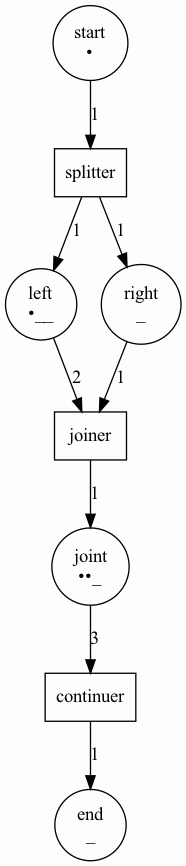
iandebeer/castanet keeps this Graphviz diagram as petrinet1.png. Above is the earlier version. Its source is kept beside it as petrinet1.dot. Its diagram source:
```dot
digraph G {
1 [label="start\n•\n" shape=circle]
2 [label="left\n•__\n" shape=circle]
3 [label="right\n_\n" shape=circle]
4 [label="joint\n••_\n" shape=circle]
5 [label="end\n_\n" shape=circle]
6 [label="splitter" shape=box]
7 [label="joiner" shape=box]
8 [label="continuer" shape=box]

1 -> 6 [label="1" ]
2 -> 7 [label="2" ]
3 -> 7 [label="1" ]
4 -> 8 [label="3" ]
6 -> 2 [label="1" ]
6 -> 3 [label="1" ]
7 -> 4 [label="1" ]
8 -> 5 [label="1" ]
}
```
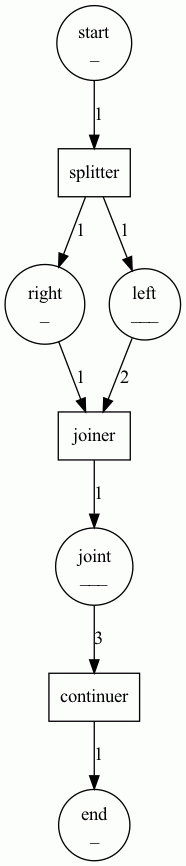
Above is the later version.

Diff of the diagram source:
```diff
@@ -1,19 +1,19 @@
 digraph G {
-1 [label="start\n•\n" shape=circle]
-2 [label="left\n•__\n" shape=circle]
-3 [label="right\n_\n" shape=circle]
-4 [label="joint\n••_\n" shape=circle]
-5 [label="end\n_\n" shape=circle]
+0 [label="right\n_\n" shape=circle]
+1 [label="left\n___\n" shape=circle]
+2 [label="end\n_\n" shape=circle]
+3 [label="continuer" shape=box]
+4 [label="joiner" shape=box]
+5 [label="start\n_\n" shape=circle]
 6 [label="splitter" shape=box]
-7 [label="joiner" shape=box]
-8 [label="continuer" shape=box]
+7 [label="joint\n___\n" shape=circle]
 
-1 -> 6 [label="1" ]
-2 -> 7 [label="2" ]
-3 -> 7 [label="1" ]
-4 -> 8 [label="3" ]
-6 -> 2 [label="1" ]
-6 -> 3 [label="1" ]
-7 -> 4 [label="1" ]
-8 -> 5 [label="1" ]
+0 -> 4 [label="1" ]
+1 -> 4 [label="2" ]
+3 -> 2 [label="1" ]
+4 -> 7 [label="1" ]
+5 -> 6 [label="1" ]
+6 -> 1 [label="1" ]
+6 -> 0 [label="1" ]
+7 -> 3 [label="3" ]
 }
```
